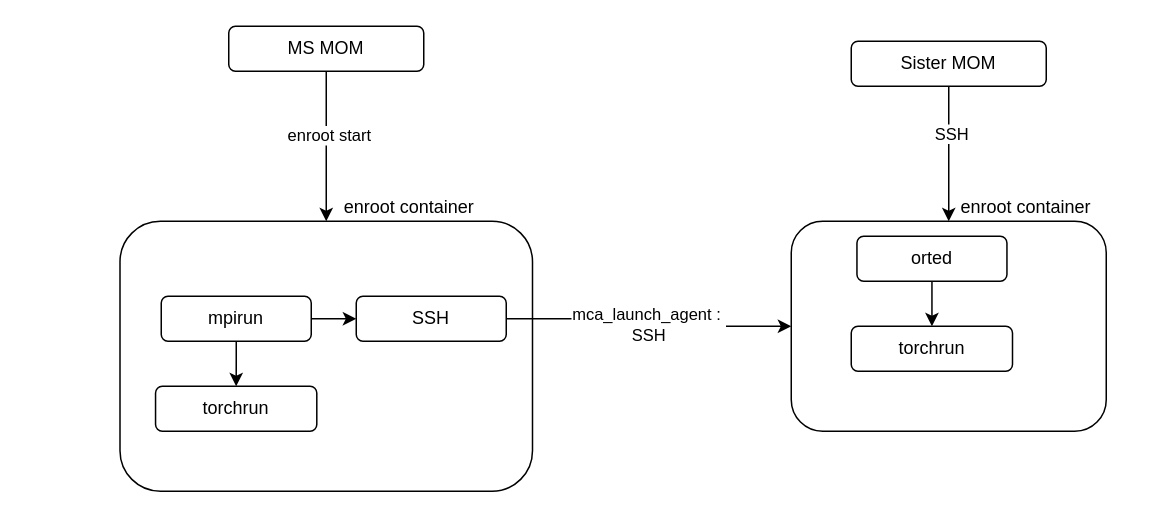
Before: pytorch_pbs_flow.drawio in doddam-manjunath/diagram_io, a draw.io diagram. Source tidied: cells renumbered, new cells numbered last; positions are measured from the earlier drawing's top-left corner, leaving out a move shared by most shapes. Both pictures are drawn from the tidied source at 150%, with x=0, y=0 at pixel (118, 26).
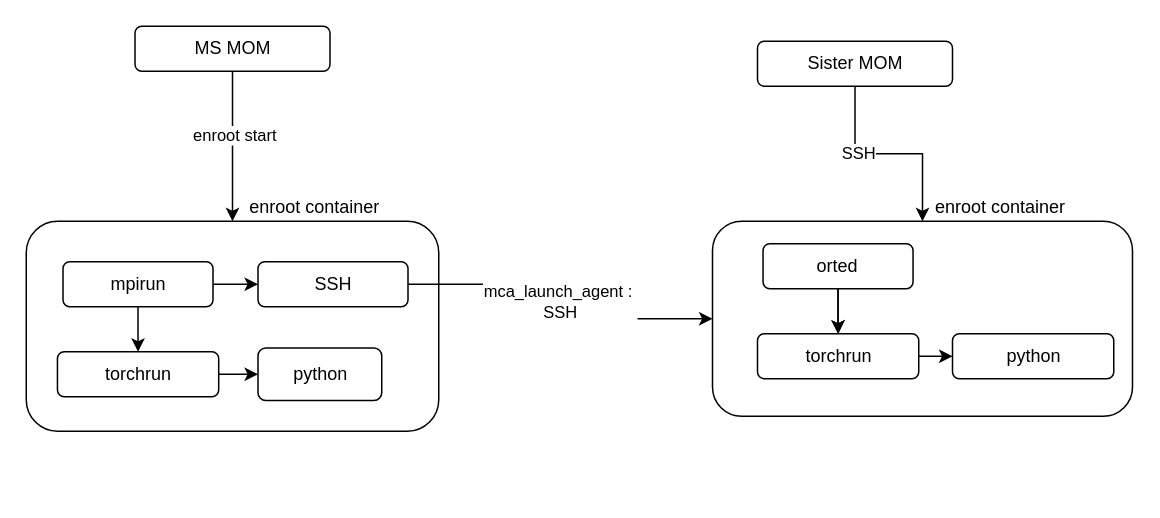
The same diagram, later.

Change to the diagram source:
```diff
@@
     <mxCell id="4" value="MS MOM" style="rounded=1;whiteSpace=wrap;html=1;" parent="1" vertex="1">
-      <mxGeometry x="73" width="130" height="30" as="geometry" />
+      <mxGeometry x="10.5" width="130" height="30" as="geometry" />
     </mxCell>
     <mxCell id="5" value="&amp;nbsp;&amp;nbsp;&amp;nbsp;&amp;nbsp;&amp;nbsp;&amp;nbsp;&amp;nbsp;&amp;nbsp;&amp;nbsp;&amp;nbsp;&amp;nbsp;&amp;nbsp;&amp;nbsp;&amp;nbsp;&amp;nbsp;&amp;nbsp;&amp;nbsp;&amp;nbsp;&amp;nbsp;&amp;nbsp;&amp;nbsp;&amp;nbsp;&amp;nbsp;&amp;nbsp;&amp;nbsp;&amp;nbsp;&amp;nbsp;&amp;nbsp;&amp;nbsp;&amp;nbsp;&amp;nbsp;&amp;nbsp; enroot container" style="rounded=1;whiteSpace=wrap;html=1;labelPosition=center;verticalLabelPosition=top;align=center;verticalAlign=bottom;" parent="1" vertex="1">
-      <mxGeometry x="0.5" y="130" width="275" height="180" as="geometry" />
+      <mxGeometry x="-62" y="130" width="275" height="140" as="geometry" />
     </mxCell>
@@
     <mxCell id="10" value="mpirun" style="whiteSpace=wrap;html=1;rounded=1;" parent="1" vertex="1">
-      <mxGeometry x="28" y="180" width="100" height="30" as="geometry" />
+      <mxGeometry x="-37.5" y="157" width="100" height="30" as="geometry" />
     </mxCell>
+    <mxCell id="20" style="edgeStyle=orthogonalEdgeStyle;rounded=0;jettySize=auto;html=1;" parent="1" edge="1" source="11" target="23">
+      <mxGeometry relative="1" as="geometry" />
+    </mxCell>
     <mxCell id="11" value="torchrun" style="rounded=1;whiteSpace=wrap;html=1;labelPosition=center;verticalLabelPosition=middle;align=center;verticalAlign=middle;" parent="1" vertex="1">
-      <mxGeometry x="24.2" y="240" width="107.5" height="30" as="geometry" />
+      <mxGeometry x="-41.2" y="217" width="107.5" height="30" as="geometry" />
     </mxCell>
@@
     <mxCell id="14" value="Sister MOM" style="rounded=1;whiteSpace=wrap;html=1;" parent="1" vertex="1">
-      <mxGeometry x="488" y="10" width="130" height="30" as="geometry" />
+      <mxGeometry x="425.5" y="10" width="130" height="30" as="geometry" />
     </mxCell>
     <mxCell id="15" value="&lt;div&gt;&amp;nbsp;&amp;nbsp;&amp;nbsp;&amp;nbsp;&amp;nbsp;&amp;nbsp;&amp;nbsp;&amp;nbsp;&amp;nbsp;&amp;nbsp;&amp;nbsp;&amp;nbsp;&amp;nbsp;&amp;nbsp;&amp;nbsp;&amp;nbsp;&amp;nbsp;&amp;nbsp;&amp;nbsp;&amp;nbsp;&amp;nbsp;&amp;nbsp;&amp;nbsp;&amp;nbsp;&amp;nbsp;&amp;nbsp;&amp;nbsp;&amp;nbsp;&amp;nbsp;&amp;nbsp; enroot container &lt;/div&gt;" style="rounded=1;whiteSpace=wrap;html=1;labelPosition=center;verticalLabelPosition=top;align=center;verticalAlign=bottom;" parent="1" vertex="1">
-      <mxGeometry x="448" y="130" width="210" height="140" as="geometry" />
+      <mxGeometry x="395.5" y="130" width="280" height="130" as="geometry" />
     </mxCell>
     <mxCell id="16" value="SSH" style="whiteSpace=wrap;html=1;rounded=1;" parent="1" vertex="1">
-      <mxGeometry x="158" y="180" width="100" height="30" as="geometry" />
+      <mxGeometry x="92.5" y="157" width="100" height="30" as="geometry" />
     </mxCell>
@@
+    <mxCell id="21" style="edgeStyle=orthogonalEdgeStyle;rounded=0;jettySize=auto;html=1;" parent="1" edge="1" source="18" target="19">
+      <mxGeometry relative="1" as="geometry" />
+    </mxCell>
     <mxCell id="18" value="orted" style="whiteSpace=wrap;html=1;rounded=1;" parent="1" vertex="1">
-      <mxGeometry x="491.8" y="140" width="100" height="30" as="geometry" />
+      <mxGeometry x="429.2" y="145" width="100" height="30" as="geometry" />
     </mxCell>
+    <mxCell id="22" style="edgeStyle=orthogonalEdgeStyle;rounded=0;jettySize=auto;html=1;" parent="1" edge="1" source="19" target="24">
+      <mxGeometry relative="1" as="geometry" />
+    </mxCell>
     <mxCell id="19" value="torchrun" style="rounded=1;whiteSpace=wrap;html=1;labelPosition=center;verticalLabelPosition=middle;align=center;verticalAlign=middle;" parent="1" vertex="1">
-      <mxGeometry x="488" y="200" width="107.5" height="30" as="geometry" />
+      <mxGeometry x="425.5" y="205" width="107.5" height="30" as="geometry" />
     </mxCell>
+    <mxCell id="23" value="python" style="whiteSpace=wrap;html=1;rounded=1;" parent="1" vertex="1">
+      <mxGeometry x="92.5" y="214.5" width="82.5" height="35" as="geometry" />
+    </mxCell>
+    <mxCell id="24" value="python" style="rounded=1;whiteSpace=wrap;html=1;labelPosition=center;verticalLabelPosition=middle;align=center;verticalAlign=middle;" parent="1" vertex="1">
+      <mxGeometry x="555.5" y="205" width="107.5" height="30" as="geometry" />
+    </mxCell>
```
